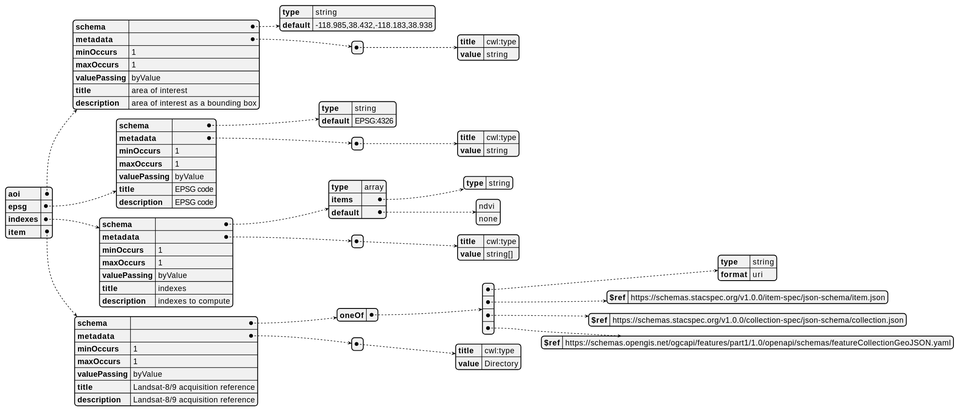
eoap/application-package-patterns keeps this PlantUML diagram as docs/pattern-9/ogc_processes_inputs.svg. Above is the earlier version. The source it was exported from:
```plantuml
@startjson
{
  "aoi": {
    "schema": {
      "type": "string",
      "default": "-118.985,38.432,-118.183,38.938"
    },
    "metadata": [
      {
        "title": "cwl:type",
        "value": "string"
      }
    ],
    "minOccurs": 1,
    "maxOccurs": 1,
    "valuePassing": "byValue",
    "title": "area of interest",
    "description": "area of interest as a bounding box"
  },
  "epsg": {
    "schema": {
      "type": "string",
      "default": "EPSG:4326"
    },
    "metadata": [
      {
        "title": "cwl:type",
        "value": "string"
      }
    ],
    "minOccurs": 1,
    "maxOccurs": 1,
    "valuePassing": "byValue",
    "title": "EPSG code",
    "description": "EPSG code"
  },
  "indexes": {
    "schema": {
      "type": "array",
      "items": {
        "type": "string"
      },
      "default": [
        "ndvi",
        "none"
      ]
    },
    "metadata": [
      {
        "title": "cwl:type",
        "value": "string[]"
      }
    ],
    "minOccurs": 1,
    "maxOccurs": 1,
    "valuePassing": "byValue",
    "title": "indexes",
    "description": "indexes to compute"
  },
  "item": {
    "schema": {
      "oneOf": [
        {
          "type": "string",
          "format": "uri"
        },
        {
          "$ref": "https://schemas.stacspec.org/v1.0.0/item-spec/json-schema/item.json"
        },
        {
          "$ref": "https://schemas.stacspec.org/v1.0.0/collection-spec/json-schema/collection.json"
        },
        {
          "$ref": "https://schemas.opengis.net/ogcapi/features/part1/1.0/openapi/schemas/featureCollectionGeoJSON.yaml"
        }
      ]
    },
    "metadata": [
      {
        "title": "cwl:type",
        "value": "Directory"
      }
    ],
    "minOccurs": 1,
    "maxOccurs": 1,
    "valuePassing": "byValue",
    "title": "Landsat-8/9 acquisition reference",
    "description": "Landsat-8/9 acquisition reference"
  }
}
@endjson
```
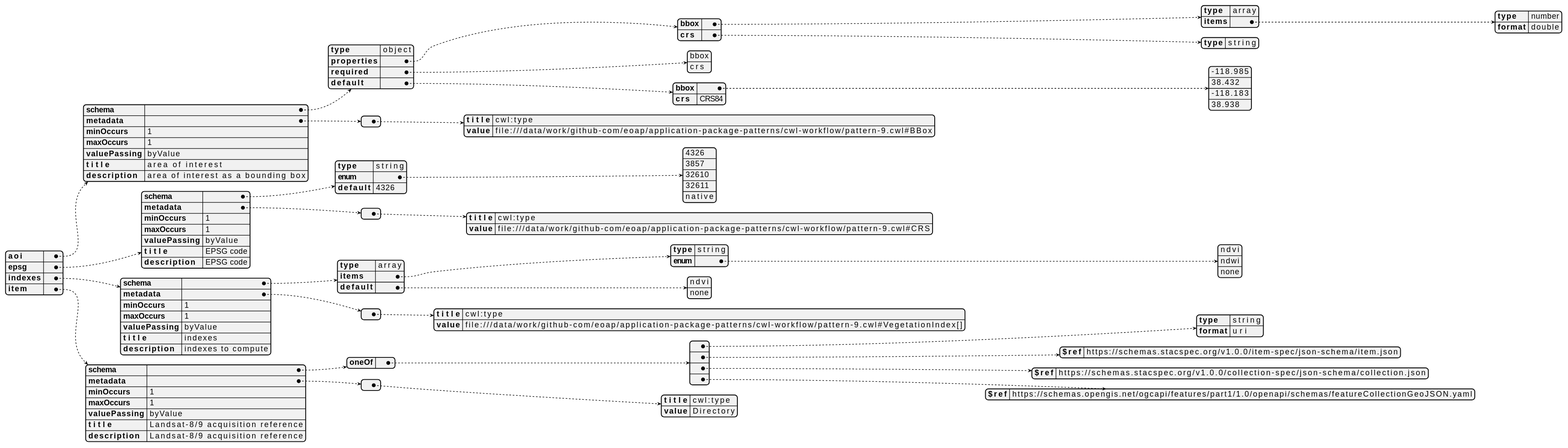
Later version of the same file.

Diff of the diagram source:
```diff
@@ -2,13 +2,37 @@
 {
   "aoi": {
     "schema": {
-      "type": "string",
-      "default": "-118.985,38.432,-118.183,38.938"
+      "type": "object",
+      "properties": {
+        "bbox": {
+          "type": "array",
+          "items": {
+            "type": "number",
+            "format": "double"
+          }
+        },
+        "crs": {
+          "type": "string"
+        }
+      },
+      "required": [
+        "bbox",
+        "crs"
+      ],
+      "default": {
+        "bbox": [
+          -118.985,
+          38.432,
+          -118.183,
+          38.938
+        ],
+        "crs": "CRS84"
+      }
     },
     "metadata": [
       {
         "title": "cwl:type",
-        "value": "string"
+        "value": "file:///data/work/github-com/eoap/application-package-patterns/cwl-workflow/pattern-9.cwl#BBox"
       }
     ],
     "minOccurs": 1,
@@ -20,12 +44,19 @@
   "epsg": {
     "schema": {
       "type": "string",
-      "default": "EPSG:4326"
+      "enum": [
+        "4326",
+        "3857",
+        "32610",
+        "32611",
+        "native"
+      ],
+      "default": "4326"
     },
     "metadata": [
       {
         "title": "cwl:type",
-        "value": "string"
+        "value": "file:///data/work/github-com/eoap/application-package-patterns/cwl-workflow/pattern-9.cwl#CRS"
       }
     ],
     "minOccurs": 1,
@@ -38,7 +69,12 @@
     "schema": {
       "type": "array",
       "items": {
-        "type": "string"
+        "type": "string",
+        "enum": [
+          "ndvi",
+          "ndwi",
+          "none"
+        ]
       },
       "default": [
         "ndvi",
@@ -48,7 +84,7 @@
     "metadata": [
       {
         "title": "cwl:type",
-        "value": "string[]"
+        "value": "file:///data/work/github-com/eoap/application-package-patterns/cwl-workflow/pattern-9.cwl#VegetationIndex[]"
       }
     ],
     "minOccurs": 1,
```
